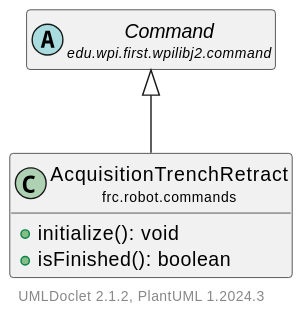
LakotaRobotics1038/2026RobotProject keeps this PlantUML diagram as docs/uml/frc/robot/commands/AcquisitionTrenchRetract.svg. Above is the earlier version.
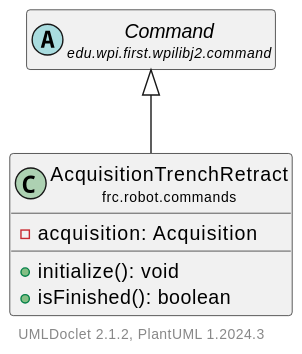
After the commit.

Change to the diagram source:
```diff
@@ -4,6 +4,7 @@
     hide empty methods
 
     class "<size:14>AcquisitionTrenchRetract\n<size:10>frc.robot.commands" as frc.robot.commands.AcquisitionTrenchRetract [[AcquisitionTrenchRetract.html]] {
+        -acquisition: Acquisition
         +initialize(): void
         +isFinished(): boolean
     }
```
